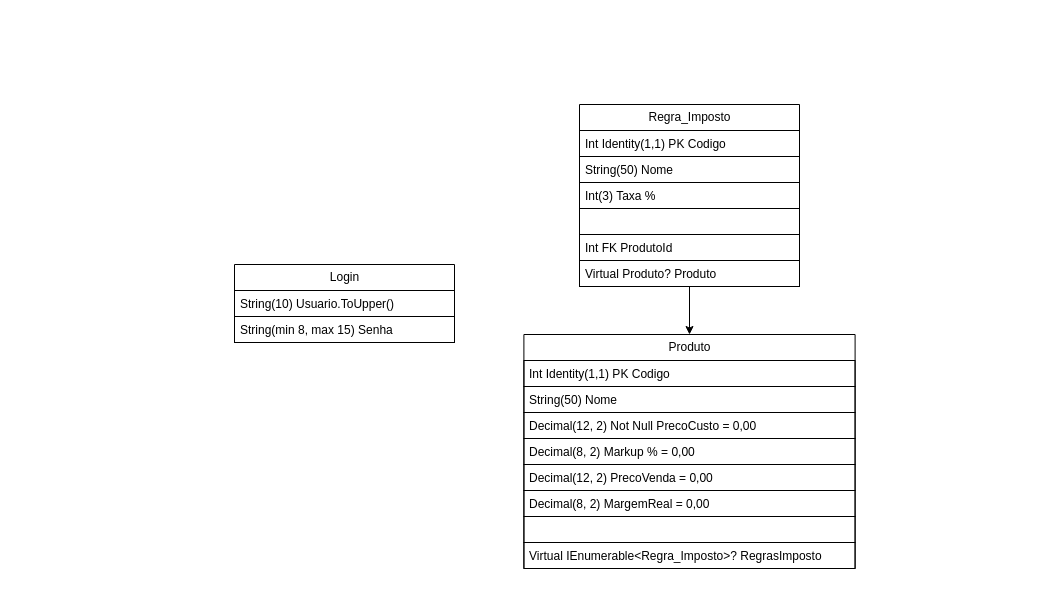
antonioln00/BatizadoDoNovato keeps this draw.io diagram as BatizadoDoNovato/diagrama.drawio. Above is the earlier version. Source tidied: cells renumbered, new cells numbered last; positions are measured from the earlier drawing's top-left corner, leaving out a move shared by most shapes. Both pictures are drawn from the tidied source at 100%, with x=0, y=0 at pixel (234, 104).
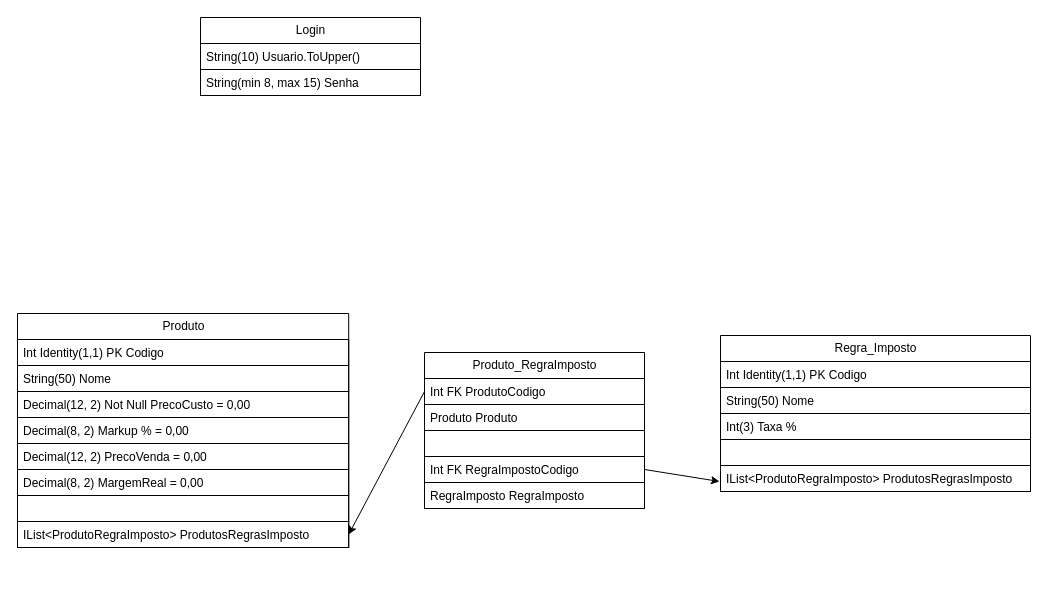
After the change.

Unchanged cells that the change refers to:
```xml
<mxCell id="17" value="Decimal(8, 2) Markup % = 0,00" style="text;strokeColor=#000000;fillColor=none;align=left;verticalAlign=top;spacingLeft=4;spacingRight=4;overflow=hidden;points=[[0,0.5],[1,0.5]];portConstraint=eastwest;whiteSpace=wrap;html=1;fontColor=#000000;" parent="13" vertex="1">
  <mxGeometry y="104" width="331.2" height="26" as="geometry" />
</mxCell>
```

The edit, as a diff of the source:
```diff
@@
     <mxCell id="2" value="Login" style="swimlane;fontStyle=0;horizontal=1;startSize=26;fillColor=none;html=1;fontColor=#000000;strokeColor=#000000;" parent="1" vertex="1">
-      <mxGeometry y="160" width="220" height="78" as="geometry" />
+      <mxGeometry x="-34" y="-87" width="220" height="78" as="geometry" />
     </mxCell>
@@
-    <mxCell id="5" style="edgeStyle=none;html=1;fontColor=#000000;strokeColor=#000000;" parent="1" edge="1" source="6" target="13">
-      <mxGeometry relative="1" as="geometry" />
-    </mxCell>
     <mxCell id="6" value="Regra_Imposto" style="swimlane;fontStyle=0;horizontal=1;startSize=26;fillColor=none;html=1;labelBackgroundColor=none;labelBorderColor=none;fontColor=#000000;strokeColor=#000000;" parent="1" vertex="1">
-      <mxGeometry x="345" width="220" height="182" as="geometry" />
+      <mxGeometry x="486" y="231" width="310" height="156" as="geometry" />
     </mxCell>
     <mxCell id="7" value="Int Identity(1,1) PK Codigo" style="text;strokeColor=#000000;fillColor=none;align=left;verticalAlign=top;spacingLeft=4;spacingRight=4;overflow=hidden;whiteSpace=wrap;html=1;fontColor=#000000;" parent="6" vertex="1">
-      <mxGeometry y="26" width="220" height="26" as="geometry" />
+      <mxGeometry y="26" width="310" height="26" as="geometry" />
     </mxCell>
     <mxCell id="8" value="String(50) Nome" style="text;strokeColor=#000000;fillColor=none;align=left;verticalAlign=top;spacingLeft=4;spacingRight=4;overflow=hidden;whiteSpace=wrap;html=1;fontColor=#000000;" parent="6" vertex="1">
-      <mxGeometry y="52" width="220" height="26" as="geometry" />
+      <mxGeometry y="52" width="310" height="26" as="geometry" />
     </mxCell>
     <mxCell id="9" value="Int(3) Taxa %" style="text;strokeColor=#000000;fillColor=none;align=left;verticalAlign=top;spacingLeft=4;spacingRight=4;overflow=hidden;whiteSpace=wrap;html=1;fontColor=#000000;" parent="6" vertex="1">
-      <mxGeometry y="78" width="220" height="26" as="geometry" />
+      <mxGeometry y="78" width="310" height="26" as="geometry" />
     </mxCell>
     <mxCell id="10" value="&amp;nbsp;" style="text;strokeColor=#000000;fillColor=none;align=left;verticalAlign=top;spacingLeft=4;spacingRight=4;overflow=hidden;whiteSpace=wrap;html=1;fontColor=#000000;" parent="6" vertex="1">
-      <mxGeometry y="104" width="220" height="26" as="geometry" />
+      <mxGeometry y="104" width="310" height="26" as="geometry" />
     </mxCell>
-    <mxCell id="11" value="Int FK ProdutoId" style="text;strokeColor=#000000;fillColor=none;align=left;verticalAlign=top;spacingLeft=4;spacingRight=4;overflow=hidden;whiteSpace=wrap;html=1;fontColor=#000000;" parent="6" vertex="1">
-      <mxGeometry y="130" width="220" height="26" as="geometry" />
+    <mxCell id="11" value="IList&amp;lt;ProdutoRegraImposto&amp;gt; ProdutosRegrasImposto" style="text;strokeColor=#000000;fillColor=none;align=left;verticalAlign=top;spacingLeft=4;spacingRight=4;overflow=hidden;whiteSpace=wrap;html=1;fontColor=#000000;" parent="6" vertex="1">
+      <mxGeometry y="130" width="310" height="26" as="geometry" />
     </mxCell>
-    <mxCell id="12" value="Virtual Produto? Produto" style="text;strokeColor=#000000;fillColor=none;align=left;verticalAlign=top;spacingLeft=4;spacingRight=4;overflow=hidden;whiteSpace=wrap;html=1;fontColor=#000000;" parent="6" vertex="1">
-      <mxGeometry y="156" width="220" height="26" as="geometry" />
-    </mxCell>
     <mxCell id="13" value="Produto" style="swimlane;fontStyle=0;horizontal=1;startSize=26;fillColor=none;html=1;fontColor=#000000;strokeColor=#000000;" parent="1" vertex="1">
-      <mxGeometry x="289.4" y="230" width="331.2" height="234" as="geometry" />
+      <mxGeometry x="-217" y="209" width="331.2" height="234" as="geometry" />
     </mxCell>
@@
-    <mxCell id="21" value="Virtual IEnumerable&amp;lt;Regra_Imposto&amp;gt;? RegrasImposto" style="text;strokeColor=#000000;fillColor=none;align=left;verticalAlign=top;spacingLeft=4;spacingRight=4;overflow=hidden;points=[[0,0.5],[1,0.5]];portConstraint=eastwest;whiteSpace=wrap;html=1;fontColor=#000000;" parent="13" vertex="1">
+    <mxCell id="21" value="IList&amp;lt;ProdutoRegraImposto&amp;gt; ProdutosRegrasImposto" style="text;strokeColor=#000000;fillColor=none;align=left;verticalAlign=top;spacingLeft=4;spacingRight=4;overflow=hidden;points=[[0,0.5],[1,0.5]];portConstraint=eastwest;whiteSpace=wrap;html=1;fontColor=#000000;" parent="13" vertex="1">
       <mxGeometry y="208" width="331.2" height="26" as="geometry" />
     </mxCell>
+    <mxCell id="22" style="edgeStyle=none;html=1;entryX=1;entryY=0.5;entryDx=0;entryDy=0;" parent="1" edge="1" target="17">
+      <mxGeometry relative="1" as="geometry">
+        <mxPoint x="114" y="326" as="sourcePoint" />
+      </mxGeometry>
+    </mxCell>
+    <mxCell id="23" style="edgeStyle=none;html=1;entryX=1;entryY=0.5;entryDx=0;entryDy=0;exitX=0;exitY=0.5;exitDx=0;exitDy=0;strokeColor=#000000;" parent="1" edge="1" source="26" target="21">
+      <mxGeometry relative="1" as="geometry" />
+    </mxCell>
+    <mxCell id="24" style="edgeStyle=none;html=1;strokeColor=#000000;exitX=1;exitY=0.5;exitDx=0;exitDy=0;" parent="1" edge="1" source="29">
+      <mxGeometry relative="1" as="geometry">
+        <mxPoint x="485" y="377" as="targetPoint" />
+      </mxGeometry>
+    </mxCell>
+    <mxCell id="25" value="Produto_RegraImposto" style="swimlane;fontStyle=0;horizontal=1;startSize=26;fillColor=none;html=1;labelBackgroundColor=none;labelBorderColor=none;fontColor=#000000;strokeColor=#000000;" parent="1" vertex="1">
+      <mxGeometry x="190" y="248" width="220" height="156" as="geometry" />
+    </mxCell>
+    <mxCell id="26" value="Int FK ProdutoCodigo" style="text;strokeColor=#000000;fillColor=none;align=left;verticalAlign=top;spacingLeft=4;spacingRight=4;overflow=hidden;points=[[0,0.5],[1,0.5]];portConstraint=eastwest;whiteSpace=wrap;html=1;fontColor=#000000;" parent="25" vertex="1">
+      <mxGeometry y="26" width="220" height="26" as="geometry" />
+    </mxCell>
+    <mxCell id="27" value="Produto Produto" style="text;strokeColor=#000000;fillColor=none;align=left;verticalAlign=top;spacingLeft=4;spacingRight=4;overflow=hidden;whiteSpace=wrap;html=1;fontColor=#000000;" parent="25" vertex="1">
+      <mxGeometry y="52" width="220" height="26" as="geometry" />
+    </mxCell>
+    <mxCell id="28" value="&amp;nbsp;" style="text;strokeColor=#000000;fillColor=none;align=left;verticalAlign=top;spacingLeft=4;spacingRight=4;overflow=hidden;whiteSpace=wrap;html=1;fontColor=#000000;" parent="25" vertex="1">
+      <mxGeometry y="78" width="220" height="26" as="geometry" />
+    </mxCell>
+    <mxCell id="29" value="Int FK RegraImpostoCodigo" style="text;strokeColor=#000000;fillColor=none;align=left;verticalAlign=top;spacingLeft=4;spacingRight=4;overflow=hidden;points=[[0,0.5],[1,0.5]];portConstraint=eastwest;whiteSpace=wrap;html=1;fontColor=#000000;" parent="25" vertex="1">
+      <mxGeometry y="104" width="220" height="26" as="geometry" />
+    </mxCell>
+    <mxCell id="30" value="RegraImposto RegraImposto" style="text;strokeColor=#000000;fillColor=none;align=left;verticalAlign=top;spacingLeft=4;spacingRight=4;overflow=hidden;whiteSpace=wrap;html=1;fontColor=#000000;" parent="25" vertex="1">
+      <mxGeometry y="130" width="220" height="26" as="geometry" />
+    </mxCell>
```
